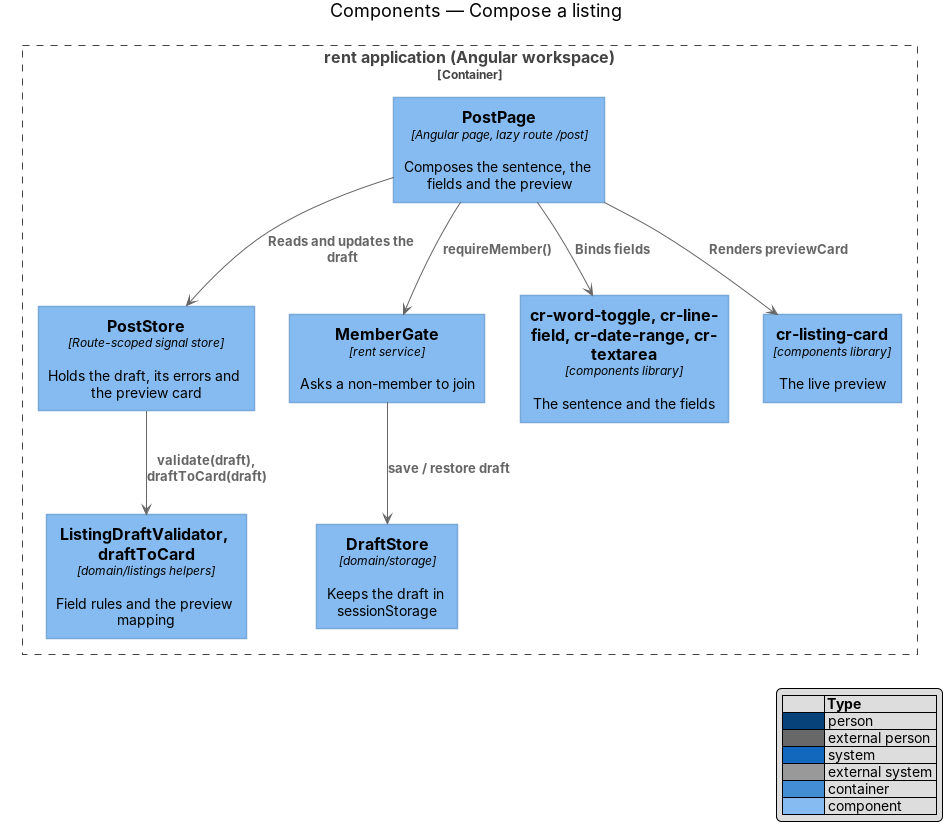
Earlier version of the PlantUML export docs/detailed-designs/post/compose-listing/diagrams/c4-component.png (QuinntyneBrown/christian-rent). Its source is kept beside it as docs/detailed-designs/post/compose-listing/diagrams/c4-component.puml.
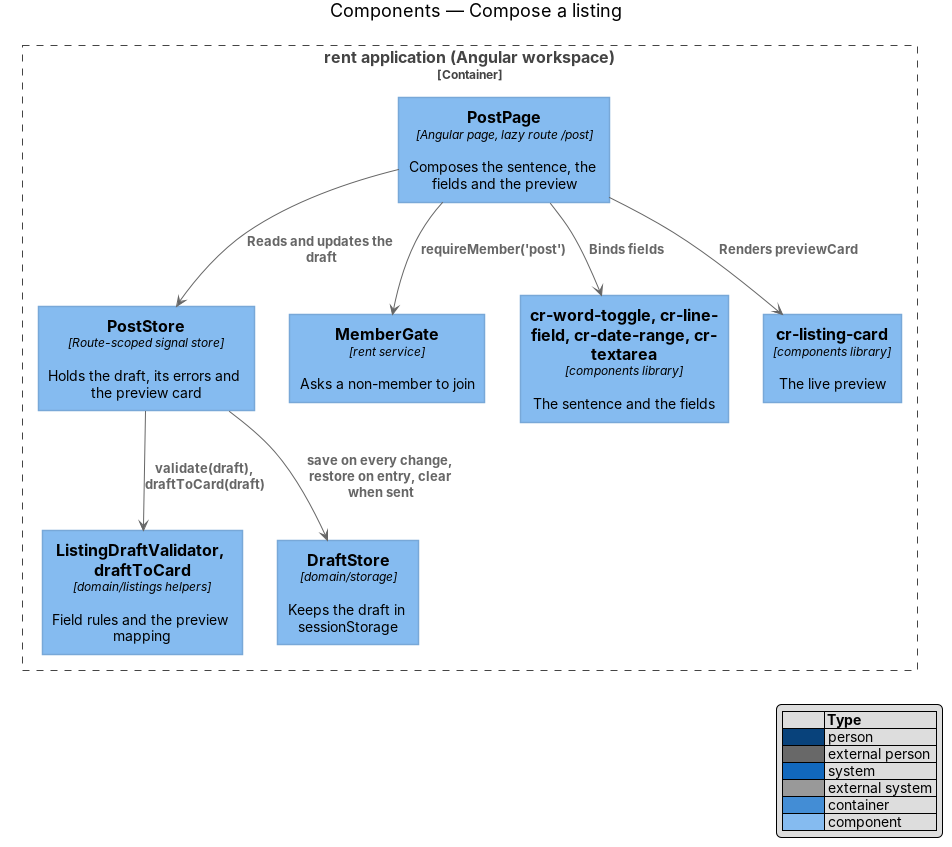
The same diagram one commit later.

Change to the diagram source:
```diff
@@ -16,6 +16,6 @@
 Rel(page, card, "Renders previewCard")
 Rel(page, store, "Reads and updates the draft")
 Rel(store, val, "validate(draft), draftToCard(draft)")
-Rel(page, gate, "requireMember()")
-Rel(gate, drafts, "save / restore draft")
+Rel(page, gate, "requireMember('post')")
+Rel(store, drafts, "save on every change, restore on entry, clear when sent")
 @enduml
```
